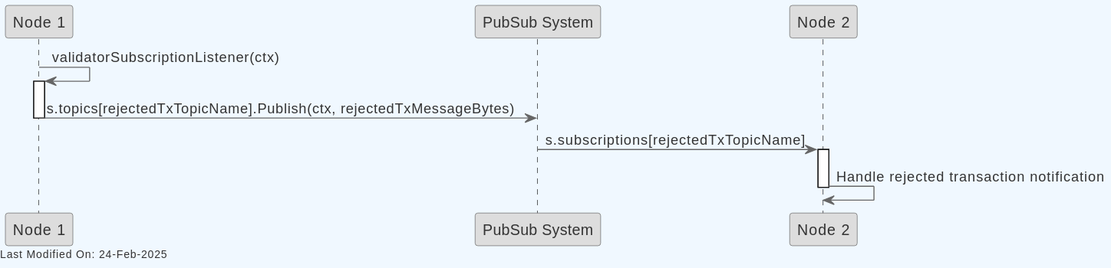
Earlier version of the PlantUML export docs/topics/services/img/plantuml/p2p/p2p_tx_validator_messages.svg (freemans13/teranode). Its source is kept beside it as docs/topics/services/img/plantuml/p2p/p2p_tx_validator_messages.puml. Source of this version:
```plantuml
@startuml
skinparam backgroundColor #F0F8FF
skinparam defaultFontColor #333333
skinparam arrowColor #666666

skinparam entity {
  BorderColor #666666
  BackgroundColor #DDDDDD
}

skinparam control {
  BorderColor #666666
  BackgroundColor #DDDDDD
}

skinparam participant {
  BorderColor #666666
  BackgroundColor #DDDDDD
}




participant "Node 1" as Node1
participant "PubSub System" as PubSub
participant "Node 2" as Node2

Node1 -> Node1: validatorSubscriptionListener(ctx)
activate Node1
Node1 -> PubSub: s.topics[rejectedTxTopicName].Publish(ctx, rejectedTxMessageBytes)
deactivate Node1

PubSub -> Node2: s.subscriptions[rejectedTxTopicName]
activate Node2
Node2 -> Node2: Handle rejected transaction notification
deactivate Node2

left footer Last Modified On: %date("dd-MMM-yyyy")

@enduml
```
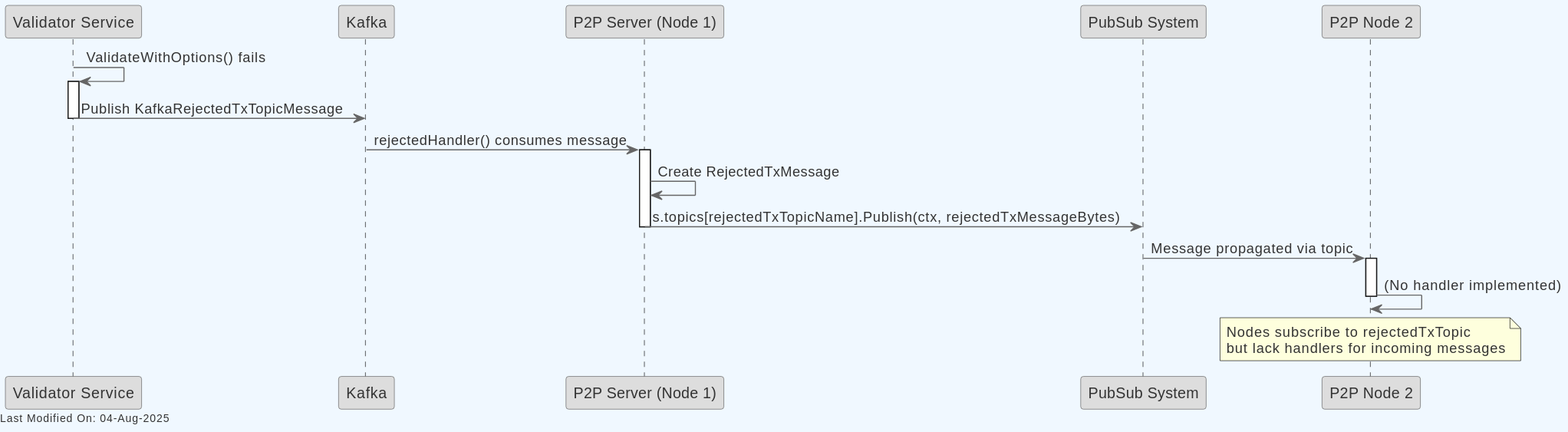
After the commit.

The edit, as a diff of the source:
```diff
@@ -21,19 +21,29 @@
 
 
 
-participant "Node 1" as Node1
+participant "Validator Service" as Validator
+participant "Kafka" as Kafka
+participant "P2P Server (Node 1)" as P2PServer
 participant "PubSub System" as PubSub
-participant "Node 2" as Node2
+participant "P2P Node 2" as Node2
 
-Node1 -> Node1: validatorSubscriptionListener(ctx)
-activate Node1
-Node1 -> PubSub: s.topics[rejectedTxTopicName].Publish(ctx, rejectedTxMessageBytes)
-deactivate Node1
+Validator -> Validator: ValidateWithOptions() fails
+activate Validator
+Validator -> Kafka: Publish KafkaRejectedTxTopicMessage
+deactivate Validator
 
-PubSub -> Node2: s.subscriptions[rejectedTxTopicName]
+Kafka -> P2PServer: rejectedHandler() consumes message
+activate P2PServer
+P2PServer -> P2PServer: Create RejectedTxMessage
+P2PServer -> PubSub: s.topics[rejectedTxTopicName].Publish(ctx, rejectedTxMessageBytes)
+deactivate P2PServer
+
+PubSub -> Node2: Message propagated via topic
 activate Node2
-Node2 -> Node2: Handle rejected transaction notification
+Node2 -> Node2: (No handler implemented)
 deactivate Node2
+
+note over Node2: Nodes subscribe to rejectedTxTopic\nbut lack handlers for incoming messages
 
 left footer Last Modified On: %date("dd-MMM-yyyy")
 
```
